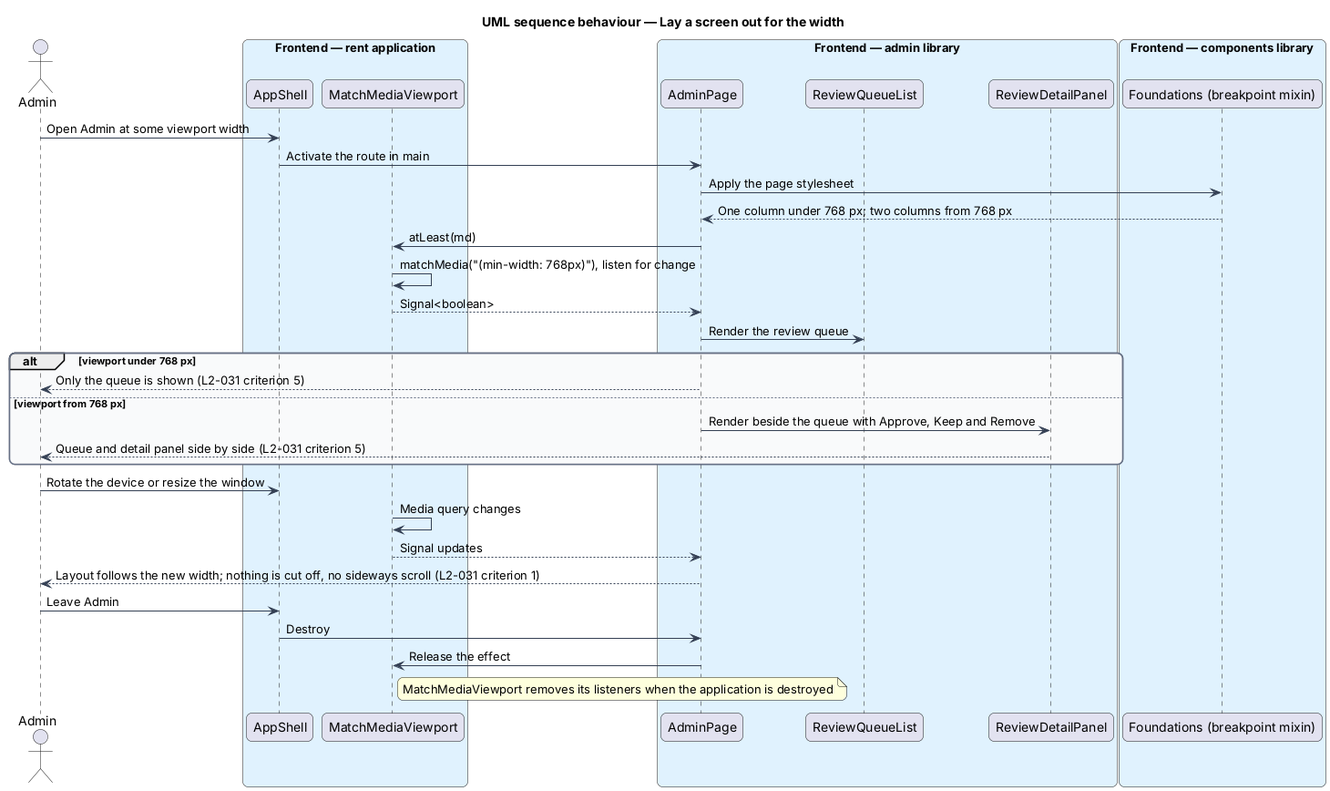
QuinntyneBrown/christian-rent keeps this PlantUML diagram as docs/detailed-designs/platform/show-every-screen-to-everyone/diagrams/sequence-lay-out-for-width.png. Above is the earlier version. The source it was exported from:
```plantuml
@startuml
title UML sequence behaviour — Lay a screen out for the width
skinparam backgroundColor #FFFFFF
skinparam shadowing false
skinparam roundcorner 12
skinparam defaultFontName Arial
skinparam ArrowColor #344054
skinparam rectangle {
  BorderColor #344054
  FontColor #101828
}
skinparam package {
  BorderColor #667085
  FontColor #101828
  BackgroundColor #F9FAFB
}
actor "Admin" as actor
box "Frontend — rent application" #E0F2FE
  participant "AppShell" as shell
  participant "MatchMediaViewport" as viewport
end box
box "Frontend — admin library" #E0F2FE
  participant "AdminPage" as page
  participant "ReviewQueueList" as list
  participant "ReviewDetailPanel" as panel
end box
box "Frontend — components library" #E0F2FE
  participant "Foundations (breakpoint mixin)" as css
end box
actor -> shell : Open Admin at some viewport width
shell -> page : Activate the route in main
page -> css : Apply the page stylesheet
css --> page : One column under 768 px; two columns from 768 px
page -> viewport : atLeast(md)
viewport -> viewport : matchMedia("(min-width: 768px)"), listen for change
viewport --> page : Signal<boolean>
page -> list : Render the review queue
alt viewport under 768 px
  page --> actor : Only the queue is shown (L2-031 criterion 5)
else viewport from 768 px
  page -> panel : Render beside the queue with Approve, Keep and Remove
  panel --> actor : Queue and detail panel side by side (L2-031 criterion 5)
end
actor -> shell : Rotate the device or resize the window
viewport -> viewport : Media query changes
viewport --> page : Signal updates
page --> actor : Layout follows the new width; nothing is cut off, no sideways scroll (L2-031 criterion 1)
actor -> shell : Leave Admin
shell -> page : Destroy
page -> viewport : Release the effect
note right of viewport : MatchMediaViewport removes its listeners when the application is destroyed
@enduml
```
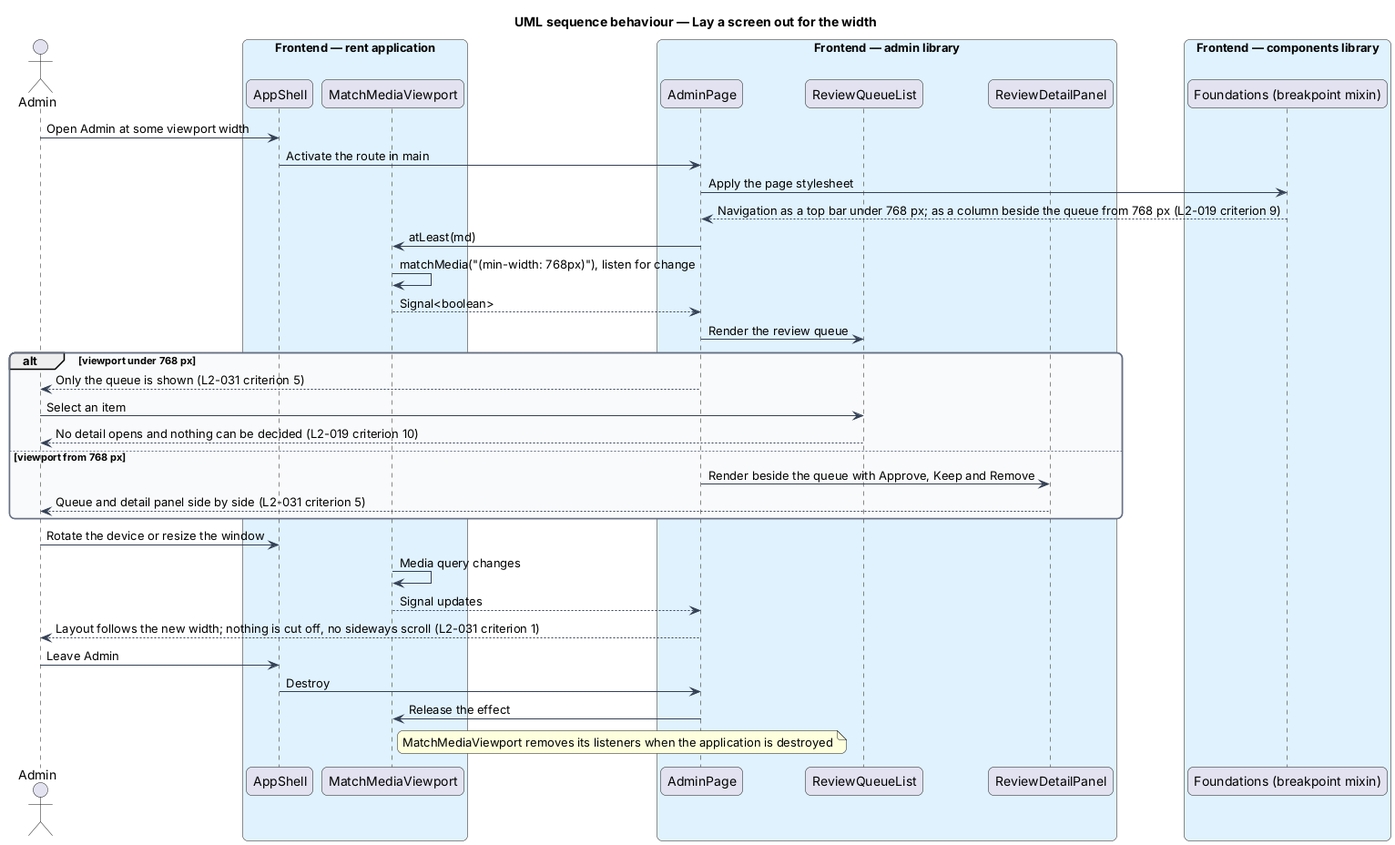
The same diagram one commit later.

What changed in the source:
```diff
@@ -30,13 +30,15 @@
 actor -> shell : Open Admin at some viewport width
 shell -> page : Activate the route in main
 page -> css : Apply the page stylesheet
-css --> page : One column under 768 px; two columns from 768 px
+css --> page : Navigation as a top bar under 768 px; as a column beside the queue from 768 px (L2-019 criterion 9)
 page -> viewport : atLeast(md)
 viewport -> viewport : matchMedia("(min-width: 768px)"), listen for change
 viewport --> page : Signal<boolean>
 page -> list : Render the review queue
 alt viewport under 768 px
   page --> actor : Only the queue is shown (L2-031 criterion 5)
+  actor -> list : Select an item
+  list --> actor : No detail opens and nothing can be decided (L2-019 criterion 10)
 else viewport from 768 px
   page -> panel : Render beside the queue with Approve, Keep and Remove
   panel --> actor : Queue and detail panel side by side (L2-031 criterion 5)
```
